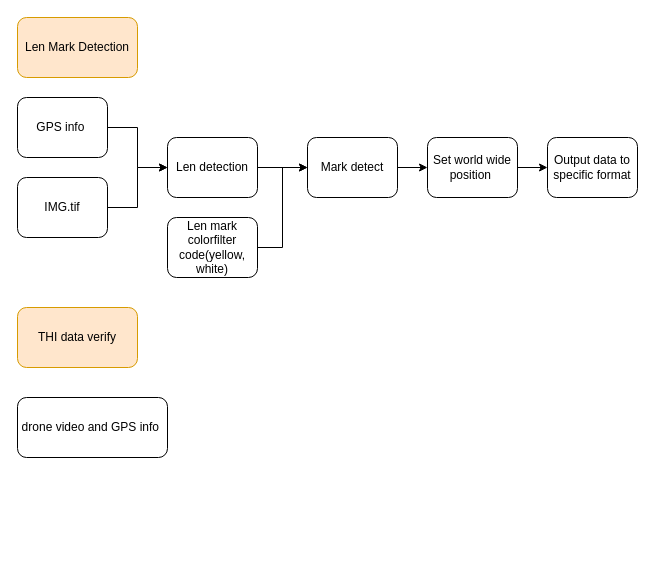
Earlier version of the draw.io diagram THI_len_mark_detection_and_current_pipline_verify.drawio (YueChuCheng/Wayside_draw). Source tidied: cells renumbered, new cells numbered last; positions are measured from the earlier drawing's top-left corner, leaving out a move shared by most shapes. Both pictures are drawn from the tidied source at 100%, with x=0, y=0 at pixel (17, 17).
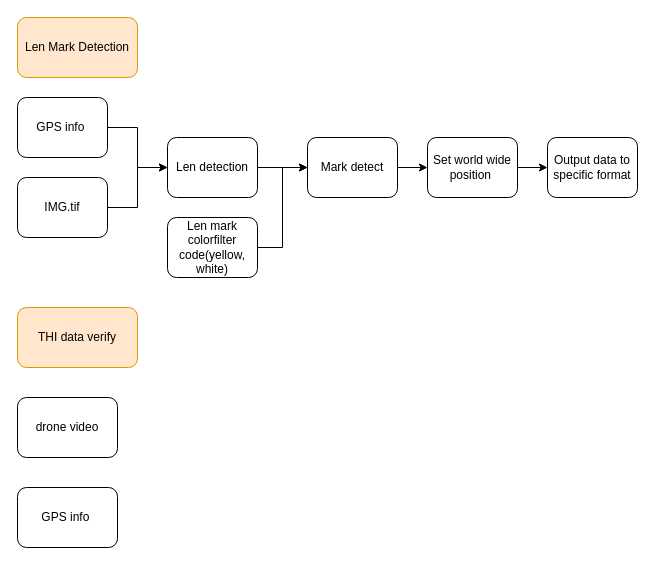
After the change.

Diff of the diagram source:
```diff
@@
 <mxGraphModel>
   <root>
     <mxCell id="0" />
     <mxCell id="1" parent="0" />
     <mxCell id="2" value="Len Mark Detection" style="rounded=1;whiteSpace=wrap;html=1;fillColor=#ffe6cc;strokeColor=#d79b00;" parent="1" vertex="1">
       <mxGeometry width="120" height="60" as="geometry" />
     </mxCell>
     <mxCell id="3" value="THI data verify" style="rounded=1;whiteSpace=wrap;html=1;fillColor=#ffe6cc;strokeColor=#d79b00;" parent="1" vertex="1">
       <mxGeometry y="290" width="120" height="60" as="geometry" />
     </mxCell>
-    <mxCell id="4" value="drone video and GPS info&amp;nbsp;" style="rounded=1;whiteSpace=wrap;html=1;" parent="1" vertex="1">
-      <mxGeometry y="380" width="150" height="60" as="geometry" />
+    <mxCell id="4" value="drone video" style="rounded=1;whiteSpace=wrap;html=1;" parent="1" vertex="1">
+      <mxGeometry y="380" width="100" height="60" as="geometry" />
     </mxCell>
     <mxCell id="5" style="edgeStyle=orthogonalEdgeStyle;rounded=0;jettySize=auto;html=1;" parent="1" edge="1" source="6" target="10">
       <mxGeometry relative="1" as="geometry" />
     </mxCell>
     <mxCell id="6" value="GPS info&amp;nbsp;" style="rounded=1;whiteSpace=wrap;html=1;" parent="1" vertex="1">
       <mxGeometry y="80" width="90" height="60" as="geometry" />
     </mxCell>
     <mxCell id="7" style="edgeStyle=orthogonalEdgeStyle;rounded=0;jettySize=auto;html=1;" parent="1" edge="1" source="8" target="10">
       <mxGeometry relative="1" as="geometry" />
     </mxCell>
     <mxCell id="8" value="IMG.tif" style="rounded=1;whiteSpace=wrap;html=1;" parent="1" vertex="1">
       <mxGeometry y="160" width="90" height="60" as="geometry" />
     </mxCell>
     <mxCell id="9" style="edgeStyle=orthogonalEdgeStyle;rounded=0;jettySize=auto;html=1;" parent="1" edge="1" source="10" target="12">
       <mxGeometry relative="1" as="geometry" />
     </mxCell>
     <mxCell id="10" value="Len detection" style="rounded=1;whiteSpace=wrap;html=1;" parent="1" vertex="1">
       <mxGeometry x="150" y="120" width="90" height="60" as="geometry" />
     </mxCell>
     <mxCell id="11" style="edgeStyle=orthogonalEdgeStyle;rounded=0;jettySize=auto;html=1;" parent="1" edge="1" source="12" target="16">
       <mxGeometry relative="1" as="geometry" />
     </mxCell>
     <mxCell id="12" value="Mark detect" style="rounded=1;whiteSpace=wrap;html=1;" parent="1" vertex="1">
       <mxGeometry x="290" y="120" width="90" height="60" as="geometry" />
     </mxCell>
     <mxCell id="13" style="edgeStyle=orthogonalEdgeStyle;rounded=0;jettySize=auto;html=1;entryX=0;entryY=0.5;entryDx=0;entryDy=0;" parent="1" edge="1" source="14" target="12">
       <mxGeometry relative="1" as="geometry" />
     </mxCell>
     <mxCell id="14" value="Len mark colorfilter code(yellow, white)" style="rounded=1;whiteSpace=wrap;html=1;" parent="1" vertex="1">
       <mxGeometry x="150" y="200" width="90" height="60" as="geometry" />
     </mxCell>
     <mxCell id="15" style="edgeStyle=orthogonalEdgeStyle;rounded=0;jettySize=auto;html=1;" parent="1" edge="1" source="16" target="17">
       <mxGeometry relative="1" as="geometry" />
     </mxCell>
     <mxCell id="16" value="Set world wide position&amp;nbsp;" style="rounded=1;whiteSpace=wrap;html=1;" parent="1" vertex="1">
       <mxGeometry x="410" y="120" width="90" height="60" as="geometry" />
     </mxCell>
     <mxCell id="17" value="Output data to specific format" style="rounded=1;whiteSpace=wrap;html=1;" parent="1" vertex="1">
       <mxGeometry x="530" y="120" width="90" height="60" as="geometry" />
     </mxCell>
+    <mxCell id="18" value="GPS info&amp;nbsp;" style="rounded=1;whiteSpace=wrap;html=1;" parent="1" vertex="1">
+      <mxGeometry y="470" width="100" height="60" as="geometry" />
+    </mxCell>
   </root>
 </mxGraphModel>
```
